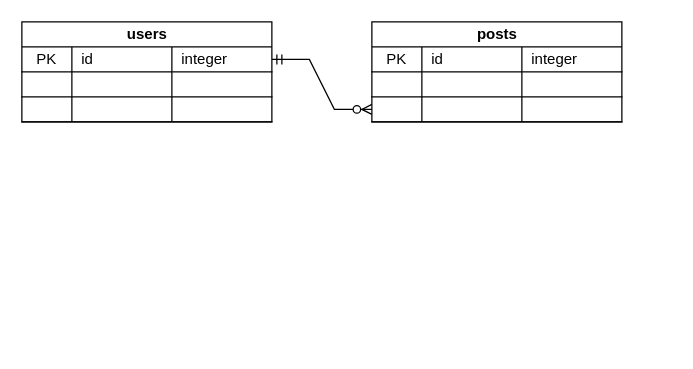
Before: diagrama.drawio in fernando-fix/collab-prjBlog, a draw.io diagram. Source tidied: cells renumbered, new cells numbered last; positions are measured from the earlier drawing's top-left corner, leaving out a move shared by most shapes. Both pictures are drawn from the tidied source at 125%, with x=0, y=0 at pixel (21, 21).
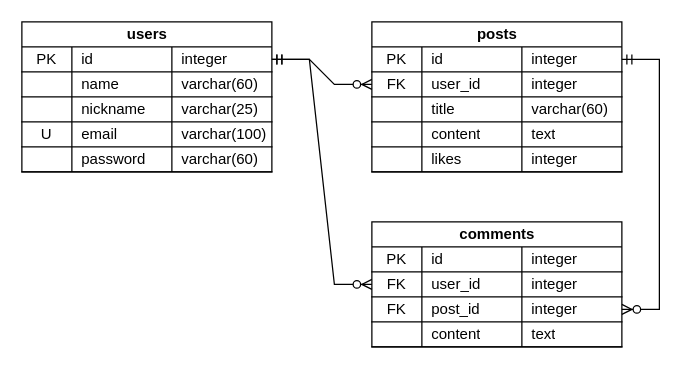
The same diagram, later.

Commit message (it also covers changes not shown here):
Diagrama de entidade relacionamento

Unchanged cells that the change refers to:
```xml
<mxCell id="3" style="shape=tableRow;horizontal=0;startSize=0;swimlaneHead=0;swimlaneBody=0;fillColor=none;points=[[0,0.5],[1,0.5]];portConstraint=eastwest;top=0;left=0;right=0;bottom=1;" parent="2" vertex="1">
  <mxGeometry y="20" width="200" height="20" as="geometry" />
</mxCell>
<mxCell id="7" style="shape=tableRow;horizontal=0;startSize=0;swimlaneHead=0;swimlaneBody=0;fillColor=none;top=0;left=0;right=0;bottom=1;" parent="2" vertex="1">
  <mxGeometry y="40" width="200" height="20" as="geometry" />
</mxCell>
<mxCell id="16" style="shape=tableRow;horizontal=0;startSize=0;swimlaneHead=0;swimlaneBody=0;fillColor=none;points=[[0,0.5],[1,0.5]];portConstraint=eastwest;top=0;left=0;right=0;bottom=1;" parent="15" vertex="1">
  <mxGeometry y="20" width="200" height="20" as="geometry" />
</mxCell>
```

Change to the diagram source:
```diff
@@
     <mxCell id="2" value="users" style="shape=table;startSize=20;childLayout=tableLayout;rowLines=0;fontStyle=1;align=center;html=1;" parent="1" vertex="1">
-      <mxGeometry width="200" height="80" as="geometry" />
+      <mxGeometry width="200" height="120" as="geometry" />
     </mxCell>
@@
-    <mxCell id="9" style="shape=partialRectangle;fillColor=none;top=0;left=0;bottom=0;right=0;align=left;spacingLeft=6;fontStyle=0;overflow=hidden;whiteSpace=wrap;html=1;" parent="7" vertex="1">
+    <mxCell id="9" value="name" style="shape=partialRectangle;fillColor=none;top=0;left=0;bottom=0;right=0;align=left;spacingLeft=6;fontStyle=0;overflow=hidden;whiteSpace=wrap;html=1;" parent="7" vertex="1">
       <mxGeometry x="40" width="80" height="20" as="geometry" />
     </mxCell>
-    <mxCell id="10" style="shape=partialRectangle;fillColor=none;top=0;left=0;bottom=0;right=0;align=left;spacingLeft=6;fontStyle=0;overflow=hidden;whiteSpace=wrap;html=1;" parent="7" vertex="1">
+    <mxCell id="10" value="varchar(60)" style="shape=partialRectangle;fillColor=none;top=0;left=0;bottom=0;right=0;align=left;spacingLeft=6;fontStyle=0;overflow=hidden;whiteSpace=wrap;html=1;" parent="7" vertex="1">
       <mxGeometry x="120" width="80" height="20" as="geometry" />
     </mxCell>
+    <mxCell id="29" style="shape=tableRow;horizontal=0;startSize=0;swimlaneHead=0;swimlaneBody=0;fillColor=none;top=0;left=0;right=0;bottom=1;" parent="2" vertex="1">
+      <mxGeometry y="60" width="200" height="20" as="geometry" />
+    </mxCell>
+    <mxCell id="30" style="shape=partialRectangle;fillColor=none;top=0;left=0;bottom=0;right=0;fontStyle=0;overflow=hidden;whiteSpace=wrap;html=1;" parent="29" vertex="1">
+      <mxGeometry width="40" height="20" as="geometry" />
+    </mxCell>
+    <mxCell id="31" value="nickname" style="shape=partialRectangle;fillColor=none;top=0;left=0;bottom=0;right=0;align=left;spacingLeft=6;fontStyle=0;overflow=hidden;whiteSpace=wrap;html=1;" parent="29" vertex="1">
+      <mxGeometry x="40" width="80" height="20" as="geometry" />
+    </mxCell>
+    <mxCell id="32" value="varchar(25)" style="shape=partialRectangle;fillColor=none;top=0;left=0;bottom=0;right=0;align=left;spacingLeft=6;fontStyle=0;overflow=hidden;whiteSpace=wrap;html=1;" parent="29" vertex="1">
+      <mxGeometry x="120" width="80" height="20" as="geometry" />
+    </mxCell>
     <mxCell id="11" style="shape=tableRow;horizontal=0;startSize=0;swimlaneHead=0;swimlaneBody=0;fillColor=none;top=0;left=0;right=0;bottom=1;" parent="2" vertex="1">
-      <mxGeometry y="60" width="200" height="20" as="geometry" />
+      <mxGeometry y="80" width="200" height="20" as="geometry" />
     </mxCell>
-    <mxCell id="12" style="shape=partialRectangle;fillColor=none;top=0;left=0;bottom=0;right=0;fontStyle=0;overflow=hidden;whiteSpace=wrap;html=1;" parent="11" vertex="1">
+    <mxCell id="12" value="U" style="shape=partialRectangle;fillColor=none;top=0;left=0;bottom=0;right=0;fontStyle=0;overflow=hidden;whiteSpace=wrap;html=1;" parent="11" vertex="1">
       <mxGeometry width="40" height="20" as="geometry" />
     </mxCell>
-    <mxCell id="13" style="shape=partialRectangle;fillColor=none;top=0;left=0;bottom=0;right=0;align=left;spacingLeft=6;fontStyle=0;overflow=hidden;whiteSpace=wrap;html=1;" parent="11" vertex="1">
+    <mxCell id="13" value="email" style="shape=partialRectangle;fillColor=none;top=0;left=0;bottom=0;right=0;align=left;spacingLeft=6;fontStyle=0;overflow=hidden;whiteSpace=wrap;html=1;" parent="11" vertex="1">
       <mxGeometry x="40" width="80" height="20" as="geometry" />
     </mxCell>
-    <mxCell id="14" style="shape=partialRectangle;fillColor=none;top=0;left=0;bottom=0;right=0;align=left;spacingLeft=6;fontStyle=0;overflow=hidden;whiteSpace=wrap;html=1;" parent="11" vertex="1">
+    <mxCell id="14" value="varchar(100)" style="shape=partialRectangle;fillColor=none;top=0;left=0;bottom=0;right=0;align=left;spacingLeft=6;fontStyle=0;overflow=hidden;whiteSpace=wrap;html=1;" parent="11" vertex="1">
       <mxGeometry x="120" width="80" height="20" as="geometry" />
     </mxCell>
+    <mxCell id="33" style="shape=tableRow;horizontal=0;startSize=0;swimlaneHead=0;swimlaneBody=0;fillColor=none;top=0;left=0;right=0;bottom=1;" parent="2" vertex="1">
+      <mxGeometry y="100" width="200" height="20" as="geometry" />
+    </mxCell>
+    <mxCell id="34" style="shape=partialRectangle;fillColor=none;top=0;left=0;bottom=0;right=0;fontStyle=0;overflow=hidden;whiteSpace=wrap;html=1;" parent="33" vertex="1">
+      <mxGeometry width="40" height="20" as="geometry" />
+    </mxCell>
+    <mxCell id="35" value="password" style="shape=partialRectangle;fillColor=none;top=0;left=0;bottom=0;right=0;align=left;spacingLeft=6;fontStyle=0;overflow=hidden;whiteSpace=wrap;html=1;" parent="33" vertex="1">
+      <mxGeometry x="40" width="80" height="20" as="geometry" />
+    </mxCell>
+    <mxCell id="36" value="varchar(60)" style="shape=partialRectangle;fillColor=none;top=0;left=0;bottom=0;right=0;align=left;spacingLeft=6;fontStyle=0;overflow=hidden;whiteSpace=wrap;html=1;" parent="33" vertex="1">
+      <mxGeometry x="120" width="80" height="20" as="geometry" />
+    </mxCell>
     <mxCell id="15" value="posts" style="shape=table;startSize=20;childLayout=tableLayout;rowLines=0;fontStyle=1;align=center;html=1;" parent="1" vertex="1">
-      <mxGeometry x="280" width="200" height="80" as="geometry" />
+      <mxGeometry x="280" width="200" height="120" as="geometry" />
     </mxCell>
@@
+    <mxCell id="37" style="shape=tableRow;horizontal=0;startSize=0;swimlaneHead=0;swimlaneBody=0;fillColor=none;points=[[0,0.5],[1,0.5]];portConstraint=eastwest;top=0;left=0;right=0;bottom=1;" parent="15" vertex="1">
+      <mxGeometry y="40" width="200" height="20" as="geometry" />
+    </mxCell>
+    <mxCell id="38" value="FK" style="shape=partialRectangle;fillColor=none;top=0;left=0;bottom=0;right=0;fontStyle=0;overflow=hidden;whiteSpace=wrap;html=1;" parent="37" vertex="1">
+      <mxGeometry width="40" height="20" as="geometry" />
+    </mxCell>
+    <mxCell id="39" value="user_id" style="shape=partialRectangle;fillColor=none;top=0;left=0;bottom=0;right=0;align=left;spacingLeft=6;fontStyle=0;overflow=hidden;whiteSpace=wrap;html=1;" parent="37" vertex="1">
+      <mxGeometry x="40" width="80" height="20" as="geometry" />
+    </mxCell>
+    <mxCell id="40" value="integer" style="shape=partialRectangle;fillColor=none;top=0;left=0;bottom=0;right=0;align=left;spacingLeft=6;fontStyle=0;overflow=hidden;whiteSpace=wrap;html=1;" parent="37" vertex="1">
+      <mxGeometry x="120" width="80" height="20" as="geometry" />
+    </mxCell>
     <mxCell id="20" style="shape=tableRow;horizontal=0;startSize=0;swimlaneHead=0;swimlaneBody=0;fillColor=none;top=0;left=0;right=0;bottom=1;" parent="15" vertex="1">
-      <mxGeometry y="40" width="200" height="20" as="geometry" />
+      <mxGeometry y="60" width="200" height="20" as="geometry" />
     </mxCell>
@@
-    <mxCell id="22" style="shape=partialRectangle;fillColor=none;top=0;left=0;bottom=0;right=0;align=left;spacingLeft=6;fontStyle=0;overflow=hidden;whiteSpace=wrap;html=1;" parent="20" vertex="1">
+    <mxCell id="22" value="title" style="shape=partialRectangle;fillColor=none;top=0;left=0;bottom=0;right=0;align=left;spacingLeft=6;fontStyle=0;overflow=hidden;whiteSpace=wrap;html=1;" parent="20" vertex="1">
       <mxGeometry x="40" width="80" height="20" as="geometry" />
     </mxCell>
-    <mxCell id="23" style="shape=partialRectangle;fillColor=none;top=0;left=0;bottom=0;right=0;align=left;spacingLeft=6;fontStyle=0;overflow=hidden;whiteSpace=wrap;html=1;" parent="20" vertex="1">
+    <mxCell id="23" value="varchar(60)" style="shape=partialRectangle;fillColor=none;top=0;left=0;bottom=0;right=0;align=left;spacingLeft=6;fontStyle=0;overflow=hidden;whiteSpace=wrap;html=1;" parent="20" vertex="1">
       <mxGeometry x="120" width="80" height="20" as="geometry" />
     </mxCell>
     <mxCell id="24" style="shape=tableRow;horizontal=0;startSize=0;swimlaneHead=0;swimlaneBody=0;fillColor=none;points=[[0,0.5],[1,0.5]];portConstraint=eastwest;top=0;left=0;right=0;bottom=1;" parent="15" vertex="1">
-      <mxGeometry y="60" width="200" height="20" as="geometry" />
+      <mxGeometry y="80" width="200" height="20" as="geometry" />
     </mxCell>
@@
-    <mxCell id="26" style="shape=partialRectangle;fillColor=none;top=0;left=0;bottom=0;right=0;align=left;spacingLeft=6;fontStyle=0;overflow=hidden;whiteSpace=wrap;html=1;" parent="24" vertex="1">
+    <mxCell id="26" value="content" style="shape=partialRectangle;fillColor=none;top=0;left=0;bottom=0;right=0;align=left;spacingLeft=6;fontStyle=0;overflow=hidden;whiteSpace=wrap;html=1;" parent="24" vertex="1">
       <mxGeometry x="40" width="80" height="20" as="geometry" />
     </mxCell>
-    <mxCell id="27" style="shape=partialRectangle;fillColor=none;top=0;left=0;bottom=0;right=0;align=left;spacingLeft=6;fontStyle=0;overflow=hidden;whiteSpace=wrap;html=1;" parent="24" vertex="1">
+    <mxCell id="27" value="text" style="shape=partialRectangle;fillColor=none;top=0;left=0;bottom=0;right=0;align=left;spacingLeft=6;fontStyle=0;overflow=hidden;whiteSpace=wrap;html=1;" parent="24" vertex="1">
       <mxGeometry x="120" width="80" height="20" as="geometry" />
     </mxCell>
-    <mxCell id="28" style="edgeStyle=entityRelationEdgeStyle;fontSize=12;html=1;endArrow=ERzeroToMany;startArrow=ERmandOne;rounded=0;" parent="1" edge="1" source="3" target="24">
-      <mxGeometry relative="1" as="geometry" />
-    </mxCell>
+    <mxCell id="41" style="shape=tableRow;horizontal=0;startSize=0;swimlaneHead=0;swimlaneBody=0;fillColor=none;top=0;left=0;right=0;bottom=1;" parent="15" vertex="1">
+      <mxGeometry y="100" width="200" height="20" as="geometry" />
+    </mxCell>
+    <mxCell id="42" style="shape=partialRectangle;fillColor=none;top=0;left=0;bottom=0;right=0;fontStyle=0;overflow=hidden;whiteSpace=wrap;html=1;" parent="41" vertex="1">
+      <mxGeometry width="40" height="20" as="geometry" />
+    </mxCell>
+    <mxCell id="43" value="likes" style="shape=partialRectangle;fillColor=none;top=0;left=0;bottom=0;right=0;align=left;spacingLeft=6;fontStyle=0;overflow=hidden;whiteSpace=wrap;html=1;" parent="41" vertex="1">
+      <mxGeometry x="40" width="80" height="20" as="geometry" />
+    </mxCell>
+    <mxCell id="44" value="integer" style="shape=partialRectangle;fillColor=none;top=0;left=0;bottom=0;right=0;align=left;spacingLeft=6;fontStyle=0;overflow=hidden;whiteSpace=wrap;html=1;" parent="41" vertex="1">
+      <mxGeometry x="120" width="80" height="20" as="geometry" />
+    </mxCell>
+    <mxCell id="45" style="edgeStyle=entityRelationEdgeStyle;rounded=0;jettySize=auto;html=1;strokeColor=default;align=center;verticalAlign=middle;fontFamily=Helvetica;fontSize=12;fontColor=default;labelBackgroundColor=default;startArrow=ERmandOne;endArrow=ERzeroToMany;" parent="1" edge="1" source="3" target="37">
+      <mxGeometry relative="1" as="geometry" />
+    </mxCell>
+    <mxCell id="46" value="comments" style="shape=table;startSize=20;childLayout=tableLayout;rowLines=0;fontStyle=1;align=center;html=1;" parent="1" vertex="1">
+      <mxGeometry x="280" y="160" width="200" height="100" as="geometry" />
+    </mxCell>
+    <mxCell id="47" style="shape=tableRow;horizontal=0;startSize=0;swimlaneHead=0;swimlaneBody=0;fillColor=none;top=0;left=0;right=0;bottom=1;" parent="46" vertex="1">
+      <mxGeometry y="20" width="200" height="20" as="geometry" />
+    </mxCell>
+    <mxCell id="48" value="PK" style="shape=partialRectangle;fillColor=none;top=0;left=0;bottom=0;right=0;fontStyle=0;overflow=hidden;whiteSpace=wrap;html=1;" parent="47" vertex="1">
+      <mxGeometry width="40" height="20" as="geometry" />
+    </mxCell>
+    <mxCell id="49" value="id" style="shape=partialRectangle;fillColor=none;top=0;left=0;bottom=0;right=0;align=left;spacingLeft=6;fontStyle=0;overflow=hidden;whiteSpace=wrap;html=1;" parent="47" vertex="1">
+      <mxGeometry x="40" width="80" height="20" as="geometry" />
+    </mxCell>
+    <mxCell id="50" value="integer" style="shape=partialRectangle;fillColor=none;top=0;left=0;bottom=0;right=0;align=left;spacingLeft=6;fontStyle=0;overflow=hidden;whiteSpace=wrap;html=1;" parent="47" vertex="1">
+      <mxGeometry x="120" width="80" height="20" as="geometry" />
+    </mxCell>
+    <mxCell id="51" style="shape=tableRow;horizontal=0;startSize=0;swimlaneHead=0;swimlaneBody=0;fillColor=none;points=[[0,0.5],[1,0.5]];portConstraint=eastwest;top=0;left=0;right=0;bottom=1;" parent="46" vertex="1">
+      <mxGeometry y="40" width="200" height="20" as="geometry" />
+    </mxCell>
+    <mxCell id="52" value="FK" style="shape=partialRectangle;fillColor=none;top=0;left=0;bottom=0;right=0;fontStyle=0;overflow=hidden;whiteSpace=wrap;html=1;" parent="51" vertex="1">
+      <mxGeometry width="40" height="20" as="geometry" />
+    </mxCell>
+    <mxCell id="53" value="user_id" style="shape=partialRectangle;fillColor=none;top=0;left=0;bottom=0;right=0;align=left;spacingLeft=6;fontStyle=0;overflow=hidden;whiteSpace=wrap;html=1;" parent="51" vertex="1">
+      <mxGeometry x="40" width="80" height="20" as="geometry" />
+    </mxCell>
+    <mxCell id="54" value="integer" style="shape=partialRectangle;fillColor=none;top=0;left=0;bottom=0;right=0;align=left;spacingLeft=6;fontStyle=0;overflow=hidden;whiteSpace=wrap;html=1;" parent="51" vertex="1">
+      <mxGeometry x="120" width="80" height="20" as="geometry" />
+    </mxCell>
+    <mxCell id="55" style="shape=tableRow;horizontal=0;startSize=0;swimlaneHead=0;swimlaneBody=0;fillColor=none;points=[[0,0.5],[1,0.5]];portConstraint=eastwest;top=0;left=0;right=0;bottom=1;" parent="46" vertex="1">
+      <mxGeometry y="60" width="200" height="20" as="geometry" />
+    </mxCell>
+    <mxCell id="56" value="FK" style="shape=partialRectangle;fillColor=none;top=0;left=0;bottom=0;right=0;fontStyle=0;overflow=hidden;whiteSpace=wrap;html=1;" parent="55" vertex="1">
+      <mxGeometry width="40" height="20" as="geometry" />
+    </mxCell>
+    <mxCell id="57" value="post_id" style="shape=partialRectangle;fillColor=none;top=0;left=0;bottom=0;right=0;align=left;spacingLeft=6;fontStyle=0;overflow=hidden;whiteSpace=wrap;html=1;" parent="55" vertex="1">
+      <mxGeometry x="40" width="80" height="20" as="geometry" />
+    </mxCell>
+    <mxCell id="58" value="integer" style="shape=partialRectangle;fillColor=none;top=0;left=0;bottom=0;right=0;align=left;spacingLeft=6;fontStyle=0;overflow=hidden;whiteSpace=wrap;html=1;" parent="55" vertex="1">
+      <mxGeometry x="120" width="80" height="20" as="geometry" />
+    </mxCell>
+    <mxCell id="59" style="shape=tableRow;horizontal=0;startSize=0;swimlaneHead=0;swimlaneBody=0;fillColor=none;top=0;left=0;right=0;bottom=1;" parent="46" vertex="1">
+      <mxGeometry y="80" width="200" height="20" as="geometry" />
+    </mxCell>
+    <mxCell id="60" style="shape=partialRectangle;fillColor=none;top=0;left=0;bottom=0;right=0;fontStyle=0;overflow=hidden;whiteSpace=wrap;html=1;" parent="59" vertex="1">
+      <mxGeometry width="40" height="20" as="geometry" />
+    </mxCell>
+    <mxCell id="61" value="content" style="shape=partialRectangle;fillColor=none;top=0;left=0;bottom=0;right=0;align=left;spacingLeft=6;fontStyle=0;overflow=hidden;whiteSpace=wrap;html=1;" parent="59" vertex="1">
+      <mxGeometry x="40" width="80" height="20" as="geometry" />
+    </mxCell>
+    <mxCell id="62" value="text" style="shape=partialRectangle;fillColor=none;top=0;left=0;bottom=0;right=0;align=left;spacingLeft=6;fontStyle=0;overflow=hidden;whiteSpace=wrap;html=1;" parent="59" vertex="1">
+      <mxGeometry x="120" width="80" height="20" as="geometry" />
+    </mxCell>
+    <mxCell id="63" style="edgeStyle=entityRelationEdgeStyle;rounded=0;jettySize=auto;html=1;strokeColor=default;align=center;verticalAlign=middle;fontFamily=Helvetica;fontSize=12;fontColor=default;labelBackgroundColor=default;startArrow=ERmandOne;endArrow=ERzeroToMany;" parent="1" edge="1" source="3" target="51">
+      <mxGeometry relative="1" as="geometry" />
+    </mxCell>
+    <mxCell id="64" style="edgeStyle=entityRelationEdgeStyle;rounded=0;jettySize=auto;html=1;strokeColor=default;align=center;verticalAlign=middle;fontFamily=Helvetica;fontSize=12;fontColor=default;labelBackgroundColor=default;startArrow=ERmandOne;endArrow=ERzeroToMany;" parent="1" edge="1" source="16" target="55">
+      <mxGeometry relative="1" as="geometry" />
+    </mxCell>
```
